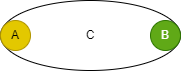
Above: Language/png/Seq6.dio.png in DualsoftDev/ds (draw.io), before the change. Source tidied: cells renumbered, new cells last; positions are measured from the earlier drawing's top-left corner, leaving out a move shared by most shapes.
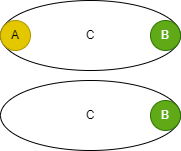
Later version of the same file.

The edit, as a diff of the source:
```diff
@@ -11,5 +11,11 @@
     <mxCell id="4" value="B" style="ellipse;whiteSpace=wrap;html=1;fillColor=#60a917;fontColor=#ffffff;strokeColor=#2D7600;" parent="1" vertex="1">
       <mxGeometry x="150" y="20" width="30" height="30" as="geometry" />
     </mxCell>
+    <mxCell id="5" value="C" style="ellipse;whiteSpace=wrap;html=1;" parent="1" vertex="1">
+      <mxGeometry y="80" width="180" height="70" as="geometry" />
+    </mxCell>
+    <mxCell id="6" value="B" style="ellipse;whiteSpace=wrap;html=1;fillColor=#60a917;fontColor=#ffffff;strokeColor=#2D7600;" parent="1" vertex="1">
+      <mxGeometry x="150" y="100" width="30" height="30" as="geometry" />
+    </mxCell>
   </root>
 </mxGraphModel>
```
